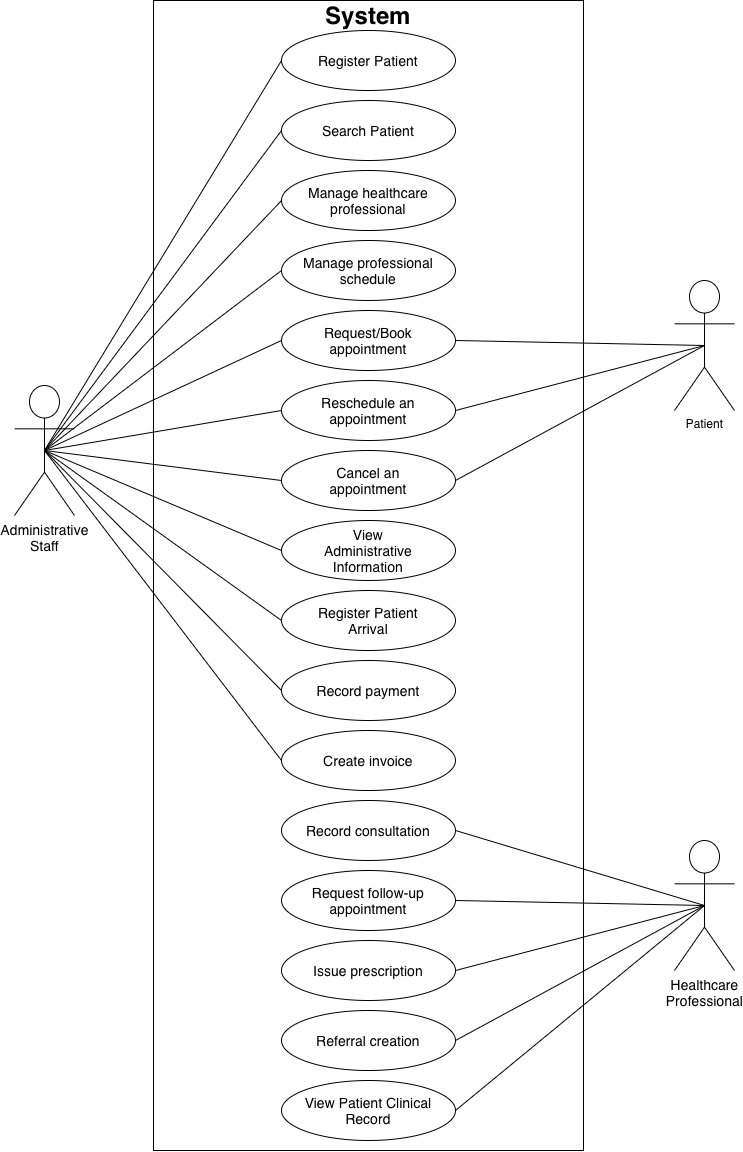
The draw.io diagram artifacts/use-case-diagram.png in zaifnatra/SOEN342, before a commit. Source tidied: cells renumbered, new cells last; positions are measured from the earlier drawing's top-left corner, leaving out a move shared by most shapes.
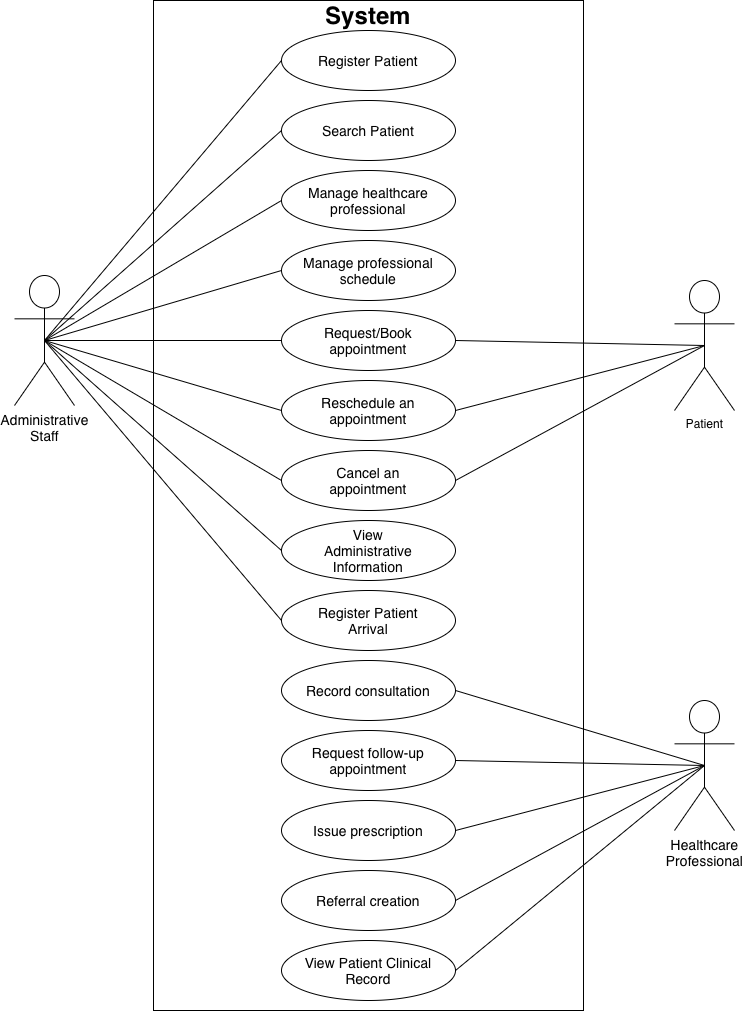
Later version of the same file.

Commit message:
Modified the use case diagram

What changed in the source:
```diff
@@ -2,9 +2,9 @@
   <root>
     <mxCell id="0" />
     <mxCell id="1" parent="0" />
-    <mxCell id="2" style="rounded=0;whiteSpace=wrap;html=1;" parent="1" vertex="1">
-      <mxGeometry x="139" width="430" height="1150" as="geometry" />
-    </mxCell>
+    <mxCell id="42" style="rounded=0;whiteSpace=wrap;html=1;" parent="1" vertex="1">
+      <mxGeometry x="139" width="430" height="1010" as="geometry" />
+    </mxCell>
     <mxCell id="3" value="&lt;b&gt;&lt;font style=&quot;font-size: 24px;&quot;&gt;System&lt;/font&gt;&lt;/b&gt;" style="text;html=1;whiteSpace=wrap;strokeColor=none;fillColor=none;align=center;verticalAlign=middle;rounded=0;" parent="1" vertex="1">
       <mxGeometry x="324" width="60" height="30" as="geometry" />
     </mxCell>
@@ -12,20 +12,14 @@
       <mxGeometry x="267" y="30" width="174" height="60" as="geometry" />
     </mxCell>
     <mxCell id="5" value="&lt;font style=&quot;font-size: 14px;&quot;&gt;Referral creation&lt;/font&gt;" style="ellipse;whiteSpace=wrap;html=1;shapeInside=1;align=center;" parent="1" vertex="1">
-      <mxGeometry x="267" y="1010" width="174" height="60" as="geometry" />
+      <mxGeometry x="267" y="870" width="174" height="60" as="geometry" />
     </mxCell>
     <mxCell id="6" value="&lt;font style=&quot;font-size: 14px;&quot;&gt;Record consultation&lt;/font&gt;" style="ellipse;whiteSpace=wrap;html=1;shapeInside=1;align=center;" parent="1" vertex="1">
-      <mxGeometry x="267" y="800" width="174" height="60" as="geometry" />
+      <mxGeometry x="267" y="660" width="174" height="60" as="geometry" />
     </mxCell>
     <mxCell id="7" value="&lt;font style=&quot;font-size: 14px;&quot;&gt;Issue prescription&lt;/font&gt;" style="ellipse;whiteSpace=wrap;html=1;shapeInside=1;align=center;" parent="1" vertex="1">
-      <mxGeometry x="267" y="940" width="174" height="60" as="geometry" />
+      <mxGeometry x="267" y="800" width="174" height="60" as="geometry" />
     </mxCell>
-    <mxCell id="8" value="&lt;font style=&quot;font-size: 14px;&quot;&gt;Create invoice&lt;/font&gt;" style="ellipse;whiteSpace=wrap;html=1;shapeInside=1;align=center;" parent="1" vertex="1">
-      <mxGeometry x="267" y="730" width="174" height="60" as="geometry" />
-    </mxCell>
-    <mxCell id="9" value="&lt;font style=&quot;font-size: 14px;&quot;&gt;Record payment&lt;/font&gt;" style="ellipse;whiteSpace=wrap;html=1;shapeInside=1;align=center;" parent="1" vertex="1">
-      <mxGeometry x="267" y="660" width="174" height="60" as="geometry" />
-    </mxCell>
     <mxCell id="10" value="&lt;font style=&quot;font-size: 14px;&quot;&gt;Manage healthcare professional&lt;/font&gt;" style="ellipse;whiteSpace=wrap;html=1;shapeInside=1;align=center;" parent="1" vertex="1">
       <mxGeometry x="267" y="170" width="174" height="60" as="geometry" />
     </mxCell>
@@ -33,7 +27,7 @@
       <mxGeometry x="267" y="240" width="174" height="60" as="geometry" />
     </mxCell>
     <mxCell id="12" value="&lt;font style=&quot;font-size: 14px;&quot;&gt;Request follow-up appointment&lt;/font&gt;" style="ellipse;whiteSpace=wrap;html=1;shapeInside=1;align=center;" parent="1" vertex="1">
-      <mxGeometry x="267" y="870" width="174" height="60" as="geometry" />
+      <mxGeometry x="267" y="730" width="174" height="60" as="geometry" />
     </mxCell>
     <mxCell id="13" value="&lt;span style=&quot;font-size: 14px;&quot;&gt;Search Patient&lt;/span&gt;" style="ellipse;whiteSpace=wrap;html=1;shapeInside=1;align=center;" parent="1" vertex="1">
       <mxGeometry x="267" y="100" width="174" height="60" as="geometry" />
@@ -42,7 +36,7 @@
       <mxGeometry x="267" y="590" width="174" height="60" as="geometry" />
     </mxCell>
     <mxCell id="15" value="&lt;font style=&quot;font-size: 14px;&quot;&gt;View Patient Clinical Record&lt;/font&gt;" style="ellipse;whiteSpace=wrap;html=1;shapeInside=1;align=center;" parent="1" vertex="1">
-      <mxGeometry x="267" y="1080" width="174" height="60" as="geometry" />
+      <mxGeometry x="267" y="940" width="174" height="60" as="geometry" />
     </mxCell>
     <mxCell id="16" value="&lt;font style=&quot;font-size: 14px;&quot;&gt;View Administrative Information&lt;/font&gt;" style="ellipse;whiteSpace=wrap;html=1;shapeInside=1;align=center;" parent="1" vertex="1">
       <mxGeometry x="267" y="520" width="174" height="60" as="geometry" />
@@ -81,7 +75,7 @@
       <mxGeometry relative="1" as="geometry" />
     </mxCell>
     <mxCell id="28" value="&lt;span style=&quot;font-size: 14px;&quot;&gt;Healthcare&lt;/span&gt;&lt;div&gt;&lt;span style=&quot;font-size: 14px;&quot;&gt;Professional&lt;/span&gt;&lt;/div&gt;" style="shape=umlActor;verticalLabelPosition=bottom;verticalAlign=top;html=1;outlineConnect=0;" parent="1" vertex="1">
-      <mxGeometry x="660" y="840" width="60" height="130" as="geometry" />
+      <mxGeometry x="660" y="700" width="60" height="130" as="geometry" />
     </mxCell>
     <mxCell id="29" style="rounded=0;jettySize=auto;html=1;exitX=0.5;exitY=0.5;exitDx=0;exitDy=0;exitPerimeter=0;entryX=0;entryY=0.5;entryDx=0;entryDy=0;endArrow=none;endFill=0;" parent="1" edge="1" source="40" target="4">
       <mxGeometry relative="1" as="geometry" />
@@ -110,17 +104,14 @@
     <mxCell id="37" style="rounded=0;jettySize=auto;html=1;exitX=0.5;exitY=0.5;exitDx=0;exitDy=0;exitPerimeter=0;entryX=0;entryY=0.5;entryDx=0;entryDy=0;endArrow=none;endFill=0;" parent="1" edge="1" source="40" target="14">
       <mxGeometry relative="1" as="geometry" />
     </mxCell>
-    <mxCell id="38" style="rounded=0;jettySize=auto;html=1;exitX=0.5;exitY=0.5;exitDx=0;exitDy=0;exitPerimeter=0;entryX=0;entryY=0.5;entryDx=0;entryDy=0;endArrow=none;endFill=0;" parent="1" edge="1" source="40" target="9">
-      <mxGeometry relative="1" as="geometry" />
-    </mxCell>
-    <mxCell id="39" style="rounded=0;jettySize=auto;html=1;exitX=0.5;exitY=0.5;exitDx=0;exitDy=0;exitPerimeter=0;entryX=0;entryY=0.5;entryDx=0;entryDy=0;endArrow=none;endFill=0;" parent="1" edge="1" source="40" target="8">
-      <mxGeometry relative="1" as="geometry" />
-    </mxCell>
     <mxCell id="40" value="&lt;font style=&quot;font-size: 14px;&quot;&gt;Administrative&lt;/font&gt;&lt;div&gt;&lt;font style=&quot;font-size: 14px;&quot;&gt;Staff&lt;/font&gt;&lt;/div&gt;" style="shape=umlActor;verticalLabelPosition=bottom;verticalAlign=top;html=1;outlineConnect=0;" parent="1" vertex="1">
-      <mxGeometry y="385" width="60" height="130" as="geometry" />
+      <mxGeometry y="275" width="60" height="130" as="geometry" />
     </mxCell>
     <mxCell id="41" style="rounded=0;jettySize=auto;html=1;exitX=1;exitY=0.5;exitDx=0;exitDy=0;entryX=0.5;entryY=0.5;entryDx=0;entryDy=0;entryPerimeter=0;endArrow=none;endFill=0;" parent="1" edge="1" source="5" target="28">
       <mxGeometry relative="1" as="geometry" />
     </mxCell>
+    <mxCell id="43" style="edgeStyle=orthogonalEdgeStyle;rounded=0;orthogonalLoop=1;jettySize=auto;html=1;innerLoopWaypoints=1;exitX=0.5;exitY=1;exitDx=0;exitDy=0;defaultLabelBackgroundColor=page;" parent="1" edge="1" source="42" target="42">
+      <mxGeometry relative="1" as="geometry" />
+    </mxCell>
   </root>
 </mxGraphModel>
```
